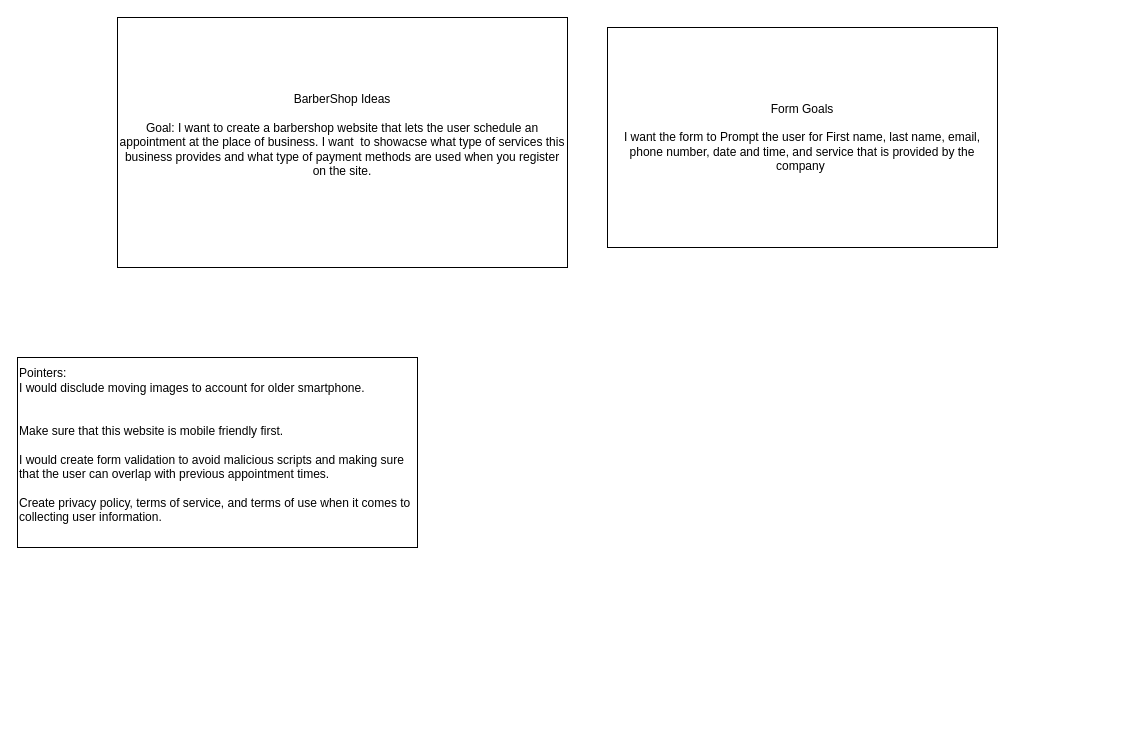
The draw.io diagram drawioFiles/siteStructure.drawio in Daniel1000c/barberShop, before the edit. Source tidied: cells renumbered, new cells numbered last; positions are measured from the earlier drawing's top-left corner, leaving out a move shared by most shapes. Both pictures are drawn from the tidied source at 100%, with x=0, y=0 at pixel (17, 17).
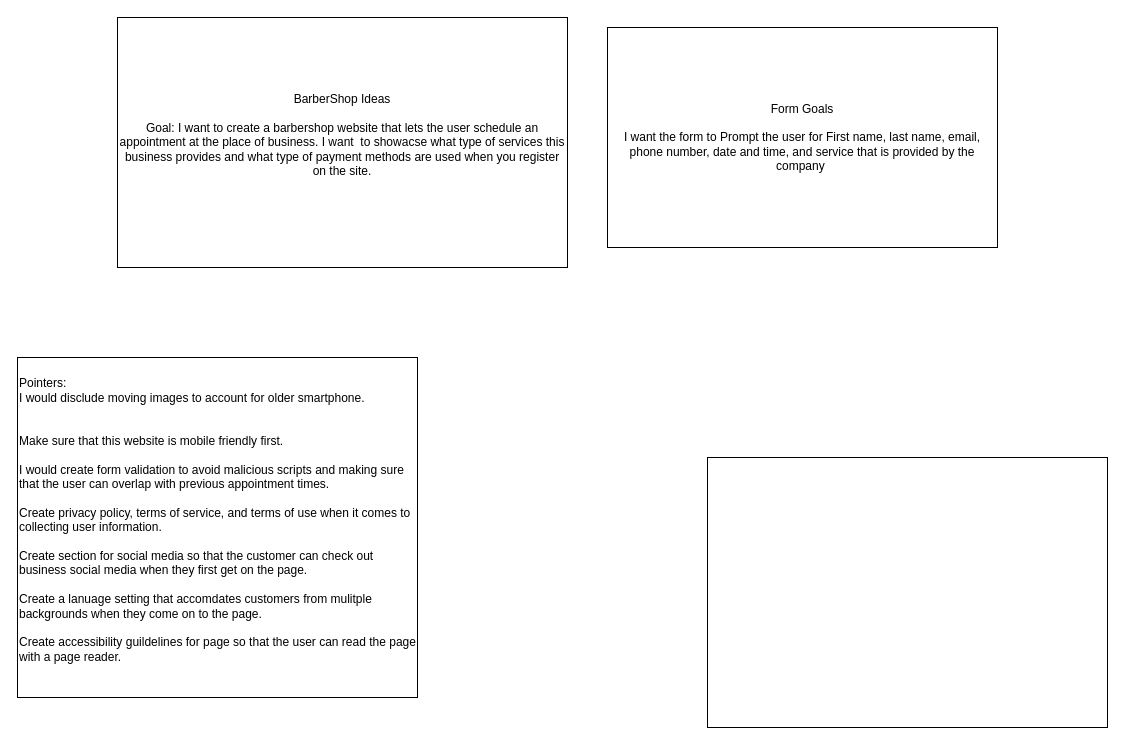
The same diagram, later.

Commit message:
add new pointers and pages needed

Diff of the diagram source:
```diff
@@
 <mxGraphModel>
   <root>
     <mxCell id="0" />
     <mxCell id="1" parent="0" />
     <mxCell id="2" value="BarberShop Ideas&lt;div&gt;&lt;br&gt;&lt;/div&gt;&lt;div&gt;Goal: I want to create a barbershop website that lets the user schedule an appointment at the place of business. I want&amp;nbsp; to showacse what type of services this business provides and what type of payment methods are used when you register on the site.&lt;/div&gt;&lt;div&gt;&lt;br&gt;&lt;/div&gt;" style="rounded=0;whiteSpace=wrap;html=1;" parent="1" vertex="1">
       <mxGeometry x="100" width="450" height="250" as="geometry" />
     </mxCell>
     <mxCell id="3" value="Form Goals&lt;div&gt;&lt;br&gt;&lt;/div&gt;&lt;div&gt;I want the form to Prompt the user for First name, last name, email, phone number, date and time, and service that is provided by the company&amp;nbsp;&lt;/div&gt;" style="rounded=0;whiteSpace=wrap;html=1;" parent="1" vertex="1">
       <mxGeometry x="590" y="10" width="390" height="220" as="geometry" />
     </mxCell>
-    <mxCell id="4" value="Pointers:&lt;div&gt;I would disclude moving images to account for older smartphone.&lt;/div&gt;&lt;div&gt;&lt;br&gt;&lt;/div&gt;&lt;div&gt;&lt;br&gt;&lt;/div&gt;&lt;div&gt;Make sure that this website is mobile friendly first.&lt;/div&gt;&lt;div&gt;&lt;br&gt;&lt;/div&gt;&lt;div&gt;I would create form validation to avoid malicious scripts and making sure that the user can overlap with previous appointment times.&lt;/div&gt;&lt;div&gt;&lt;br&gt;&lt;/div&gt;&lt;div&gt;Create privacy policy, terms of service, and terms of use when it comes to collecting user information.&lt;/div&gt;&lt;div&gt;&lt;br&gt;&lt;/div&gt;" style="rounded=0;whiteSpace=wrap;html=1;align=left;" parent="1" vertex="1">
-      <mxGeometry y="340" width="400" height="190" as="geometry" />
+    <mxCell id="4" value="Pointers:&lt;div&gt;I would disclude moving images to account for older smartphone.&lt;/div&gt;&lt;div&gt;&lt;br&gt;&lt;/div&gt;&lt;div&gt;&lt;br&gt;&lt;/div&gt;&lt;div&gt;Make sure that this website is mobile friendly first.&lt;/div&gt;&lt;div&gt;&lt;br&gt;&lt;/div&gt;&lt;div&gt;I would create form validation to avoid malicious scripts and making sure that the user can overlap with previous appointment times.&lt;/div&gt;&lt;div&gt;&lt;br&gt;&lt;/div&gt;&lt;div&gt;Create privacy policy, terms of service, and terms of use when it comes to collecting user information.&lt;/div&gt;&lt;div&gt;&lt;br&gt;&lt;/div&gt;&lt;div&gt;Create section for social media so that the customer can check out business social media when they first get on the page.&amp;nbsp;&lt;/div&gt;&lt;div&gt;&lt;br&gt;&lt;/div&gt;&lt;div&gt;Create a lanuage setting that accomdates customers from mulitple backgrounds when they come on to the page.&amp;nbsp;&lt;/div&gt;&lt;div&gt;&lt;br&gt;&lt;/div&gt;&lt;div&gt;Create accessibility guildelines for page so that the user can read the page with a page reader.&lt;/div&gt;&lt;div&gt;&lt;br&gt;&lt;/div&gt;" style="rounded=0;whiteSpace=wrap;html=1;align=left;" parent="1" vertex="1">
+      <mxGeometry y="340" width="400" height="340" as="geometry" />
     </mxCell>
+    <mxCell id="5" style="rounded=0;whiteSpace=wrap;html=1;" parent="1" vertex="1">
+      <mxGeometry x="690" y="440" width="400" height="270" as="geometry" />
+    </mxCell>
   </root>
 </mxGraphModel>
```
